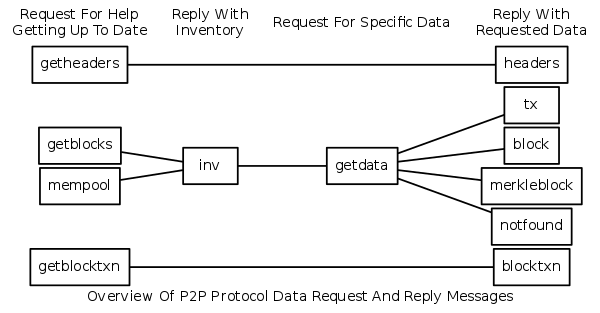
thephez/dash-docs keeps this Graphviz diagram as img/dev/en-p2p-data-messages.png. Above is the earlier version. Its source is kept beside it as img/dev/en-p2p-data-messages.dot.
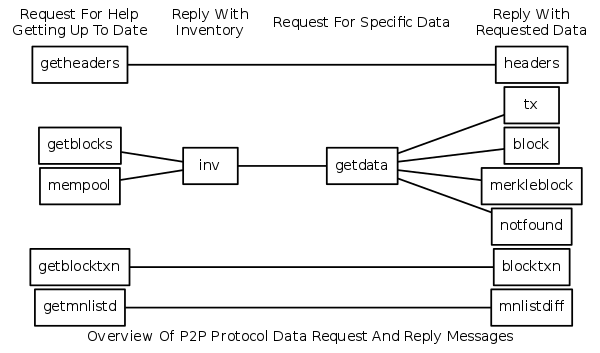
Later version of the same file.

Commit message:
Content - P2P - Add DIP4 p2p messages

Change to the diagram source:
```diff
@@ -10,6 +10,7 @@
 node [ penwidth = 1.75, shape = "box", fontname="Sans", ]
 graph [ penwidth = 1.75, fontname="Sans" ]
 
+getmnlistd -> mnlistdiff [ minlen = 3 ];
 getblocktxn -> blocktxn [ minlen = 3 ];
 
 getblocks -> inv;
```
